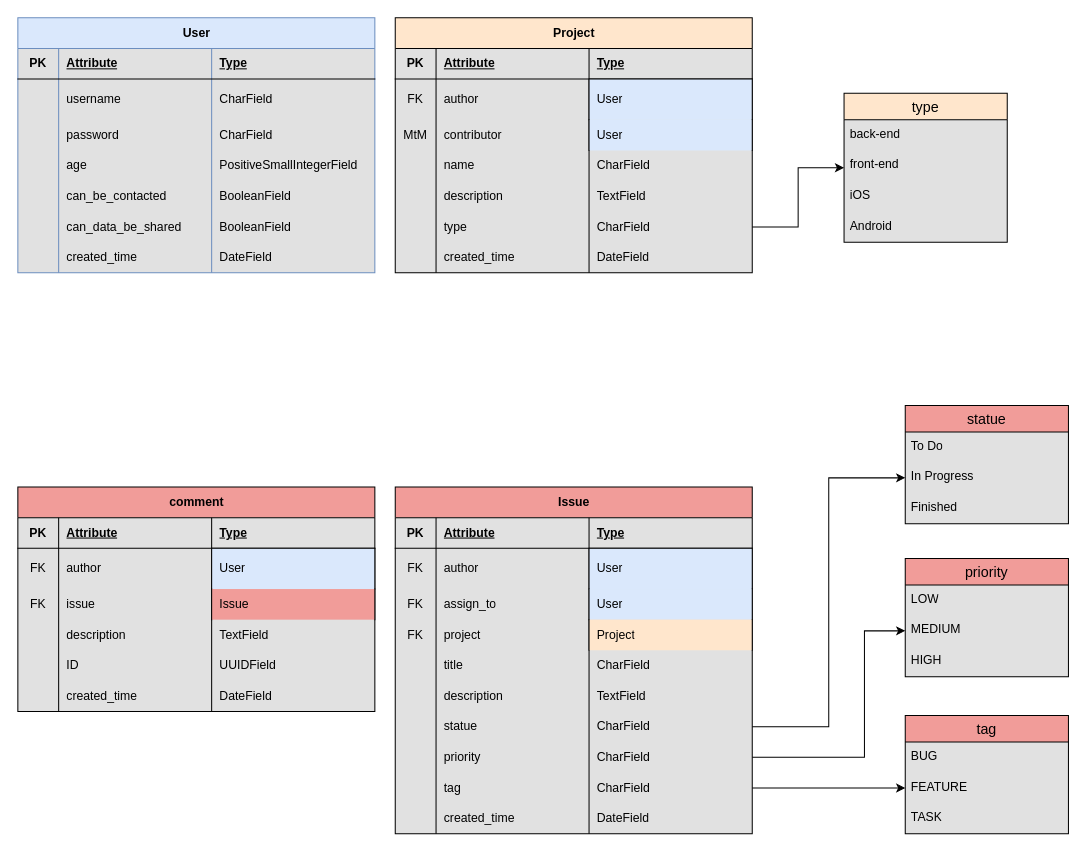
Before: page "Model" (1 of 2) of P10_model.drawio in CuteSlime/P10_Creez_une_API_securisee_RESTful_en_utilisant_Django_REST, a draw.io diagram. Source tidied: cells renumbered, new cells numbered last; positions are measured from the earlier drawing's top-left corner, leaving out a move shared by most shapes. Both pictures are drawn from the tidied source at 102%, with x=0, y=0 at pixel (17, 17).
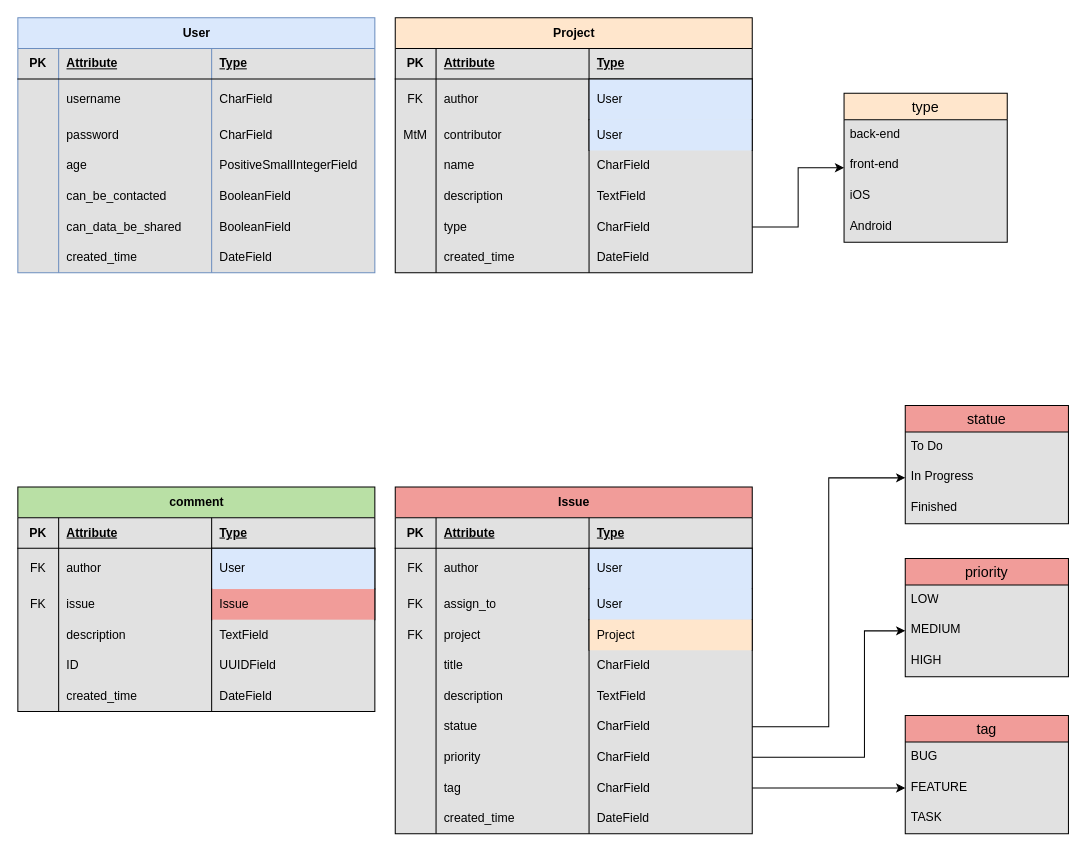
The same diagram, later.

Commit message:
Mettre à jour P10_model.drawio

What changed in the source:
```diff
@@
-    <mxCell id="120" value="comment" style="shape=table;startSize=30;childLayout=tableLayout;rowLines=0;fontStyle=1;align=center;html=1;fillColor=#F19C99;strokeColor=#000000;swimlaneFillColor=#E1E1E1;" parent="1" vertex="1">
+    <mxCell id="120" value="comment" style="shape=table;startSize=30;childLayout=tableLayout;rowLines=0;fontStyle=1;align=center;html=1;fillColor=#B9E0A5;strokeColor=#000000;swimlaneFillColor=#E1E1E1;" parent="1" vertex="1">
       <mxGeometry y="460" width="350" height="220" as="geometry" />
     </mxCell>
```
